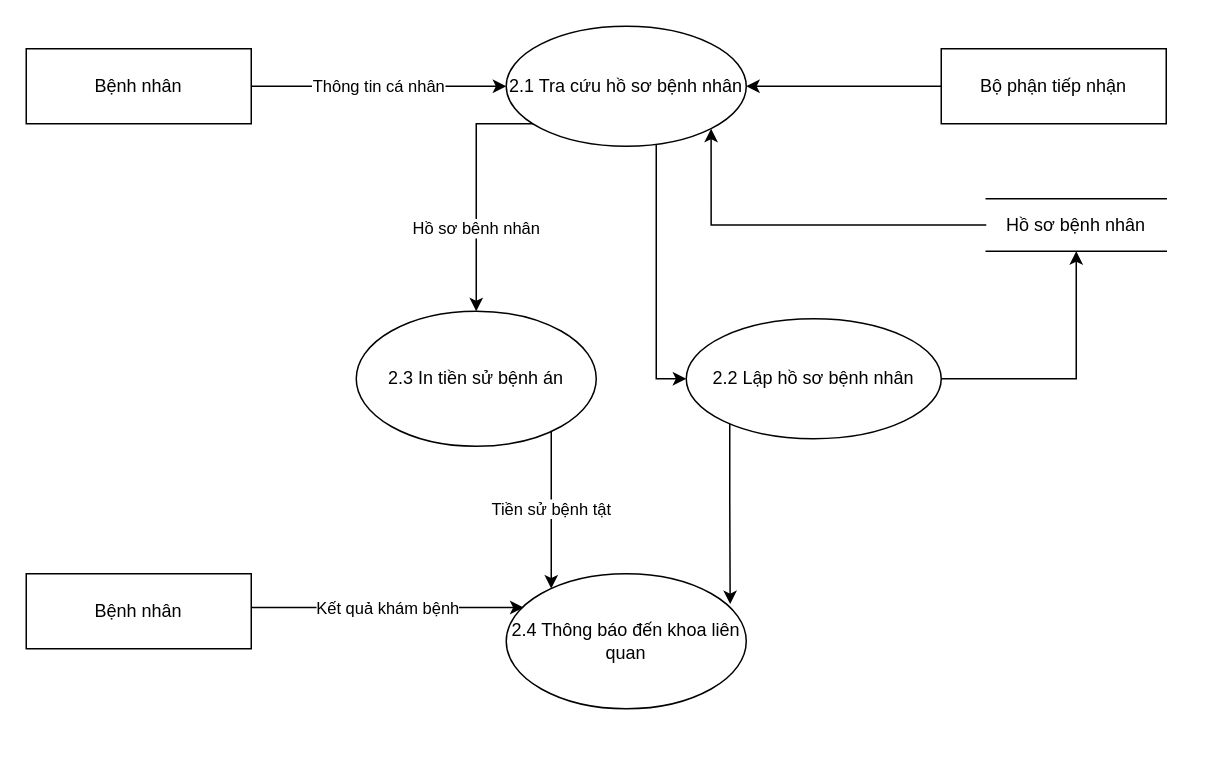
Before: DuoiDinh_TiepDon.drawio in Nhatran241/HTTT, a draw.io diagram. Source tidied: cells renumbered, new cells numbered last; positions are measured from the earlier drawing's top-left corner, leaving out a move shared by most shapes. Both pictures are drawn from the tidied source at 150%, with x=0, y=0 at pixel (26, 26).
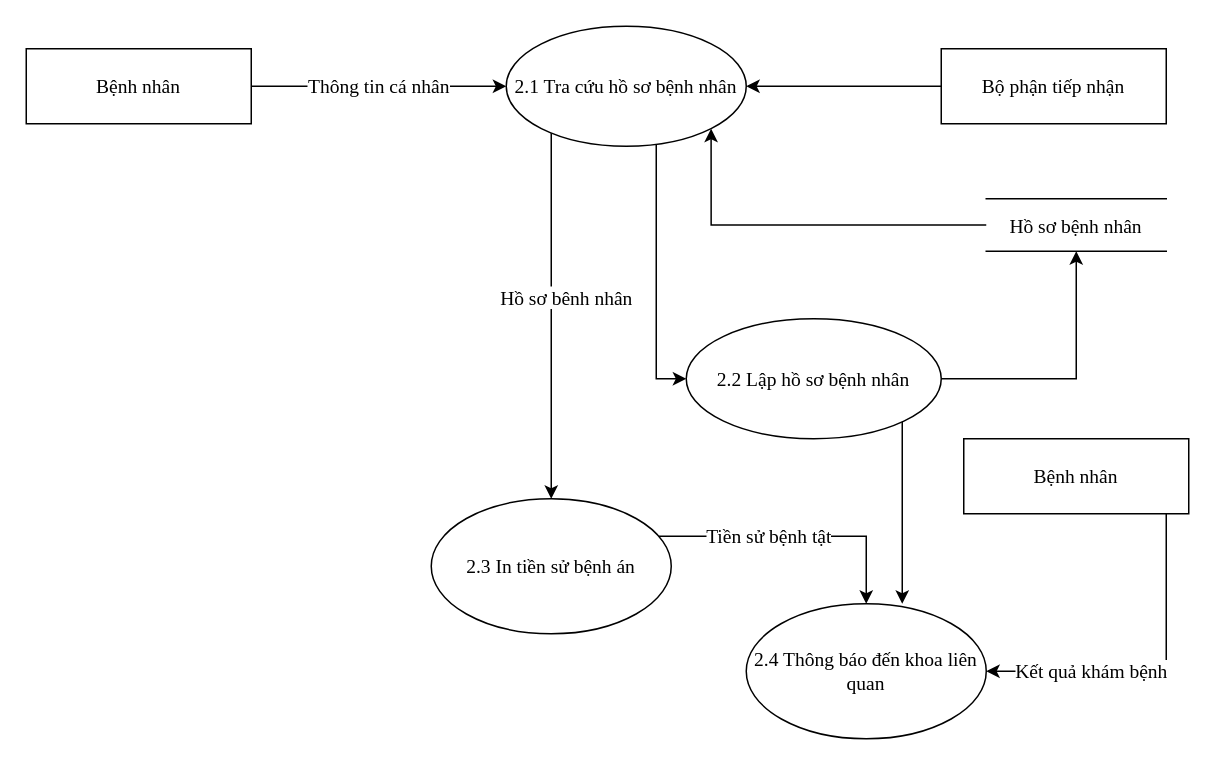
Above is the later version.

The edit, as a diff of the source:
```diff
@@
-    <mxCell id="2" value="Thông tin cá nhân" style="edgeStyle=orthogonalEdgeStyle;rounded=0;jettySize=auto;html=1;" parent="1" edge="1" source="3" target="6">
+    <mxCell id="2" value="Thông tin cá nhân" style="edgeStyle=orthogonalEdgeStyle;rounded=0;jettySize=auto;html=1;fontFamily=Times New Roman;fontSize=13;" parent="1" edge="1" source="3" target="6">
       <mxGeometry relative="1" as="geometry" />
     </mxCell>
-    <mxCell id="3" value="Bệnh nhân" style="rounded=0;whiteSpace=wrap;html=1;" parent="1" vertex="1">
+    <mxCell id="3" value="Bệnh nhân" style="rounded=0;whiteSpace=wrap;html=1;fontFamily=Times New Roman;fontSize=13;" parent="1" vertex="1">
       <mxGeometry y="15" width="150" height="50" as="geometry" />
     </mxCell>
-    <mxCell id="4" value="Hồ sơ bênh nhân" style="edgeStyle=orthogonalEdgeStyle;rounded=0;jettySize=auto;html=1;exitX=0;exitY=1;exitDx=0;exitDy=0;entryX=0.5;entryY=0;entryDx=0;entryDy=0;" parent="1" edge="1" source="6" target="13">
-      <mxGeometry x="0.36" relative="1" as="geometry">
+    <mxCell id="4" value="Hồ sơ bênh nhân" style="edgeStyle=orthogonalEdgeStyle;rounded=0;jettySize=auto;html=1;exitX=0;exitY=1;exitDx=0;exitDy=0;entryX=0.5;entryY=0;entryDx=0;entryDy=0;fontFamily=Times New Roman;fontSize=13;" parent="1" edge="1" source="6" target="13">
+      <mxGeometry x="-0.03" y="10" relative="1" as="geometry">
         <Array as="points">
           <mxPoint x="343" y="65" />
-          <mxPoint x="300" y="65" />
+          <mxPoint x="350" y="65" />
+          <mxPoint x="350" y="305" />
         </Array>
       </mxGeometry>
     </mxCell>
-    <mxCell id="5" style="edgeStyle=orthogonalEdgeStyle;rounded=0;jettySize=auto;html=1;" parent="1" edge="1" source="6" target="9">
+    <mxCell id="5" style="edgeStyle=orthogonalEdgeStyle;rounded=0;jettySize=auto;html=1;fontFamily=Times New Roman;fontSize=13;" parent="1" edge="1" source="6" target="9">
       <mxGeometry relative="1" as="geometry">
         <Array as="points">
           <mxPoint x="420" y="235" />
         </Array>
       </mxGeometry>
     </mxCell>
-    <mxCell id="6" value="2.1 Tra cứu hồ sơ bệnh nhân" style="ellipse;whiteSpace=wrap;html=1;" parent="1" vertex="1">
+    <mxCell id="6" value="2.1 Tra cứu hồ sơ bệnh nhân" style="ellipse;whiteSpace=wrap;html=1;fontFamily=Times New Roman;fontSize=13;" parent="1" vertex="1">
       <mxGeometry x="320" width="160" height="80" as="geometry" />
     </mxCell>
-    <mxCell id="7" style="edgeStyle=orthogonalEdgeStyle;rounded=0;jettySize=auto;html=1;entryX=0.5;entryY=1;entryDx=0;entryDy=0;" parent="1" edge="1" source="9" target="11">
+    <mxCell id="7" style="edgeStyle=orthogonalEdgeStyle;rounded=0;jettySize=auto;html=1;entryX=0.5;entryY=1;entryDx=0;entryDy=0;fontFamily=Times New Roman;fontSize=13;" parent="1" edge="1" source="9" target="11">
       <mxGeometry relative="1" as="geometry">
         <Array as="points">
           <mxPoint x="700" y="235" />
         </Array>
       </mxGeometry>
     </mxCell>
-    <mxCell id="8" style="edgeStyle=orthogonalEdgeStyle;rounded=0;jettySize=auto;html=1;entryX=0.933;entryY=0.225;entryDx=0;entryDy=0;entryPerimeter=0;" parent="1" edge="1" source="9" target="14">
+    <mxCell id="8" style="edgeStyle=orthogonalEdgeStyle;rounded=0;jettySize=auto;html=1;entryX=0.65;entryY=0;entryDx=0;entryDy=0;entryPerimeter=0;fontFamily=Times New Roman;fontSize=13;" parent="1" edge="1" source="9" target="14">
       <mxGeometry relative="1" as="geometry">
         <Array as="points">
-          <mxPoint x="469" y="315" />
-          <mxPoint x="469" y="315" />
+          <mxPoint x="584" y="295" />
+          <mxPoint x="584" y="295" />
         </Array>
       </mxGeometry>
     </mxCell>
-    <mxCell id="9" value="2.2 Lập hồ sơ bệnh nhân" style="ellipse;whiteSpace=wrap;html=1;" parent="1" vertex="1">
+    <mxCell id="9" value="2.2 Lập hồ sơ bệnh nhân" style="ellipse;whiteSpace=wrap;html=1;fontFamily=Times New Roman;fontSize=13;" parent="1" vertex="1">
       <mxGeometry x="440" y="195" width="170" height="80" as="geometry" />
     </mxCell>
-    <mxCell id="10" style="edgeStyle=orthogonalEdgeStyle;rounded=0;jettySize=auto;html=1;entryX=1;entryY=1;entryDx=0;entryDy=0;" parent="1" edge="1" source="11" target="6">
+    <mxCell id="10" style="edgeStyle=orthogonalEdgeStyle;rounded=0;jettySize=auto;html=1;entryX=1;entryY=1;entryDx=0;entryDy=0;fontFamily=Times New Roman;fontSize=13;" parent="1" edge="1" source="11" target="6">
       <mxGeometry relative="1" as="geometry" />
     </mxCell>
-    <mxCell id="11" value="Hồ sơ bệnh nhân" style="shape=partialRectangle;whiteSpace=wrap;html=1;left=0;right=0;fillColor=none;" parent="1" vertex="1">
+    <mxCell id="11" value="Hồ sơ bệnh nhân" style="shape=partialRectangle;whiteSpace=wrap;html=1;left=0;right=0;fillColor=none;fontFamily=Times New Roman;fontSize=13;" parent="1" vertex="1">
       <mxGeometry x="640" y="115" width="120" height="35" as="geometry" />
     </mxCell>
-    <mxCell id="12" value="Tiền sử bệnh tật" style="edgeStyle=orthogonalEdgeStyle;rounded=0;jettySize=auto;html=1;" parent="1" edge="1" source="13" target="14">
-      <mxGeometry relative="1" as="geometry">
+    <mxCell id="12" value="Tiền sử bệnh tật" style="edgeStyle=orthogonalEdgeStyle;rounded=0;jettySize=auto;html=1;fontFamily=Times New Roman;fontSize=13;" parent="1" edge="1" source="13" target="14">
+      <mxGeometry x="-0.2" relative="1" as="geometry">
         <Array as="points">
-          <mxPoint x="350" y="305" />
-          <mxPoint x="350" y="305" />
+          <mxPoint x="560" y="340" />
         </Array>
       </mxGeometry>
     </mxCell>
-    <mxCell id="13" value="2.3 In tiền sử bệnh án" style="ellipse;whiteSpace=wrap;html=1;" parent="1" vertex="1">
-      <mxGeometry x="220" y="190" width="160" height="90" as="geometry" />
+    <mxCell id="13" value="2.3 In tiền sử bệnh án" style="ellipse;whiteSpace=wrap;html=1;fontFamily=Times New Roman;fontSize=13;" parent="1" vertex="1">
+      <mxGeometry x="270" y="315" width="160" height="90" as="geometry" />
     </mxCell>
-    <mxCell id="14" value="2.4 Thông báo đến khoa liên quan" style="ellipse;whiteSpace=wrap;html=1;" parent="1" vertex="1">
-      <mxGeometry x="320" y="365" width="160" height="90" as="geometry" />
+    <mxCell id="14" value="2.4 Thông báo đến khoa liên quan" style="ellipse;whiteSpace=wrap;html=1;fontFamily=Times New Roman;fontSize=13;" parent="1" vertex="1">
+      <mxGeometry x="480" y="385" width="160" height="90" as="geometry" />
     </mxCell>
-    <mxCell id="15" style="edgeStyle=orthogonalEdgeStyle;rounded=0;jettySize=auto;html=1;" parent="1" edge="1" source="16" target="6">
+    <mxCell id="15" style="edgeStyle=orthogonalEdgeStyle;rounded=0;jettySize=auto;html=1;fontFamily=Times New Roman;fontSize=13;" parent="1" edge="1" source="16" target="6">
       <mxGeometry relative="1" as="geometry" />
     </mxCell>
-    <mxCell id="16" value="Bộ phận tiếp nhận" style="rounded=0;whiteSpace=wrap;html=1;" parent="1" vertex="1">
+    <mxCell id="16" value="Bộ phận tiếp nhận" style="rounded=0;whiteSpace=wrap;html=1;fontFamily=Times New Roman;fontSize=13;" parent="1" vertex="1">
       <mxGeometry x="610" y="15" width="150" height="50" as="geometry" />
     </mxCell>
-    <mxCell id="17" value="Kết quả khám bệnh" style="edgeStyle=orthogonalEdgeStyle;rounded=0;jettySize=auto;html=1;entryX=0.072;entryY=0.25;entryDx=0;entryDy=0;entryPerimeter=0;" parent="1" edge="1" source="18" target="14">
-      <mxGeometry relative="1" as="geometry">
+    <mxCell id="17" value="Kết quả khám bệnh" style="edgeStyle=orthogonalEdgeStyle;rounded=0;jettySize=auto;html=1;entryX=1;entryY=0.5;entryDx=0;entryDy=0;fontFamily=Times New Roman;fontSize=13;" parent="1" edge="1" source="18" target="14">
+      <mxGeometry x="0.38" relative="1" as="geometry">
         <Array as="points">
-          <mxPoint x="235" y="388" />
+          <mxPoint x="760" y="430" />
         </Array>
       </mxGeometry>
     </mxCell>
-    <mxCell id="18" value="Bệnh nhân" style="rounded=0;whiteSpace=wrap;html=1;" parent="1" vertex="1">
-      <mxGeometry y="365" width="150" height="50" as="geometry" />
+    <mxCell id="18" value="Bệnh nhân" style="rounded=0;whiteSpace=wrap;html=1;fontFamily=Times New Roman;fontSize=13;" parent="1" vertex="1">
+      <mxGeometry x="625" y="275" width="150" height="50" as="geometry" />
     </mxCell>
```
